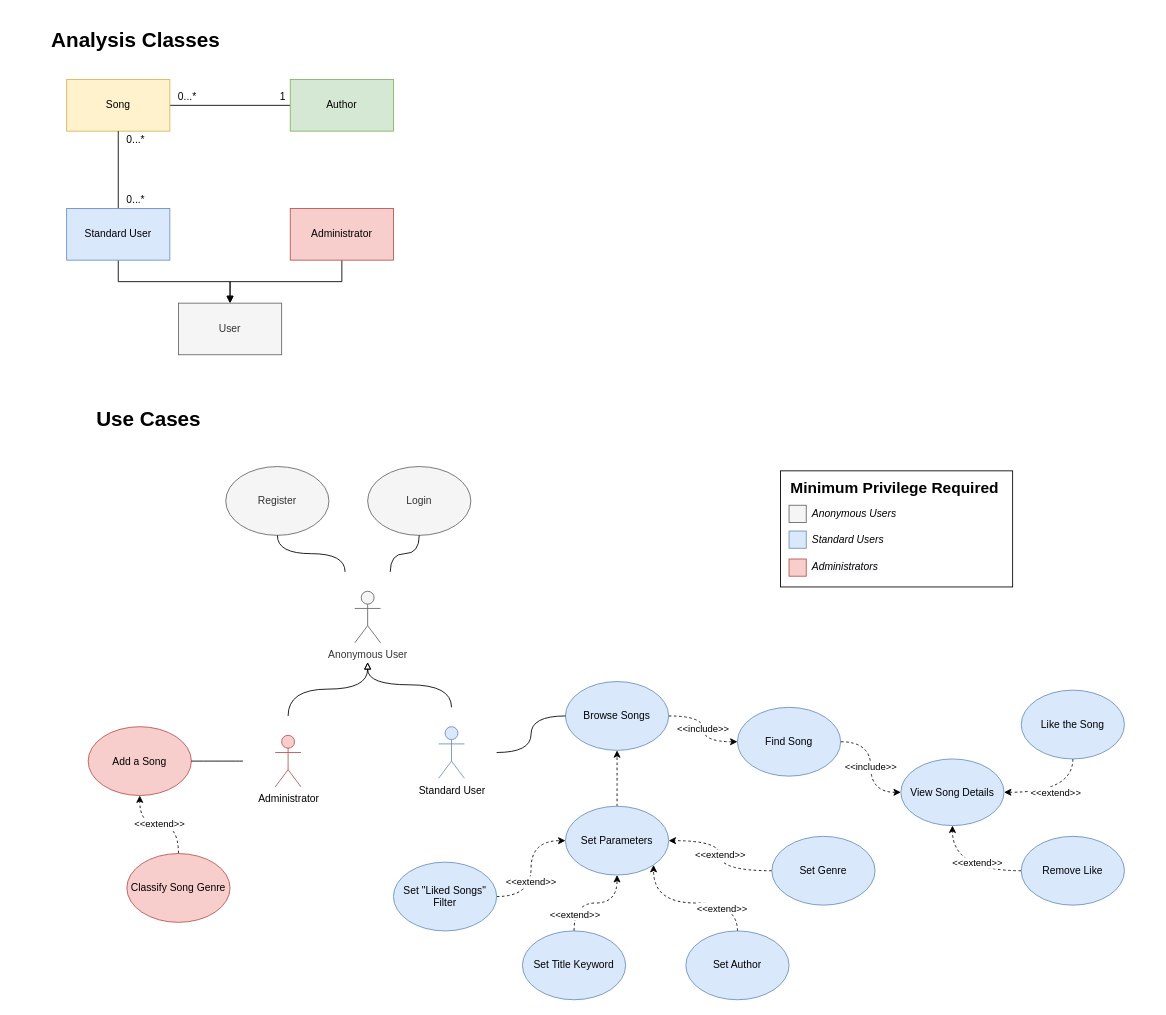
danielecioffo/SoundHabit keeps this draw.io diagram as UML.drawio. Above is the earlier version. Source tidied: cells renumbered, new cells numbered last; positions are measured from the earlier drawing's top-left corner, leaving out a move shared by most shapes. Both pictures are drawn from the tidied source at 86%, with x=0, y=0 at pixel (45, 19).
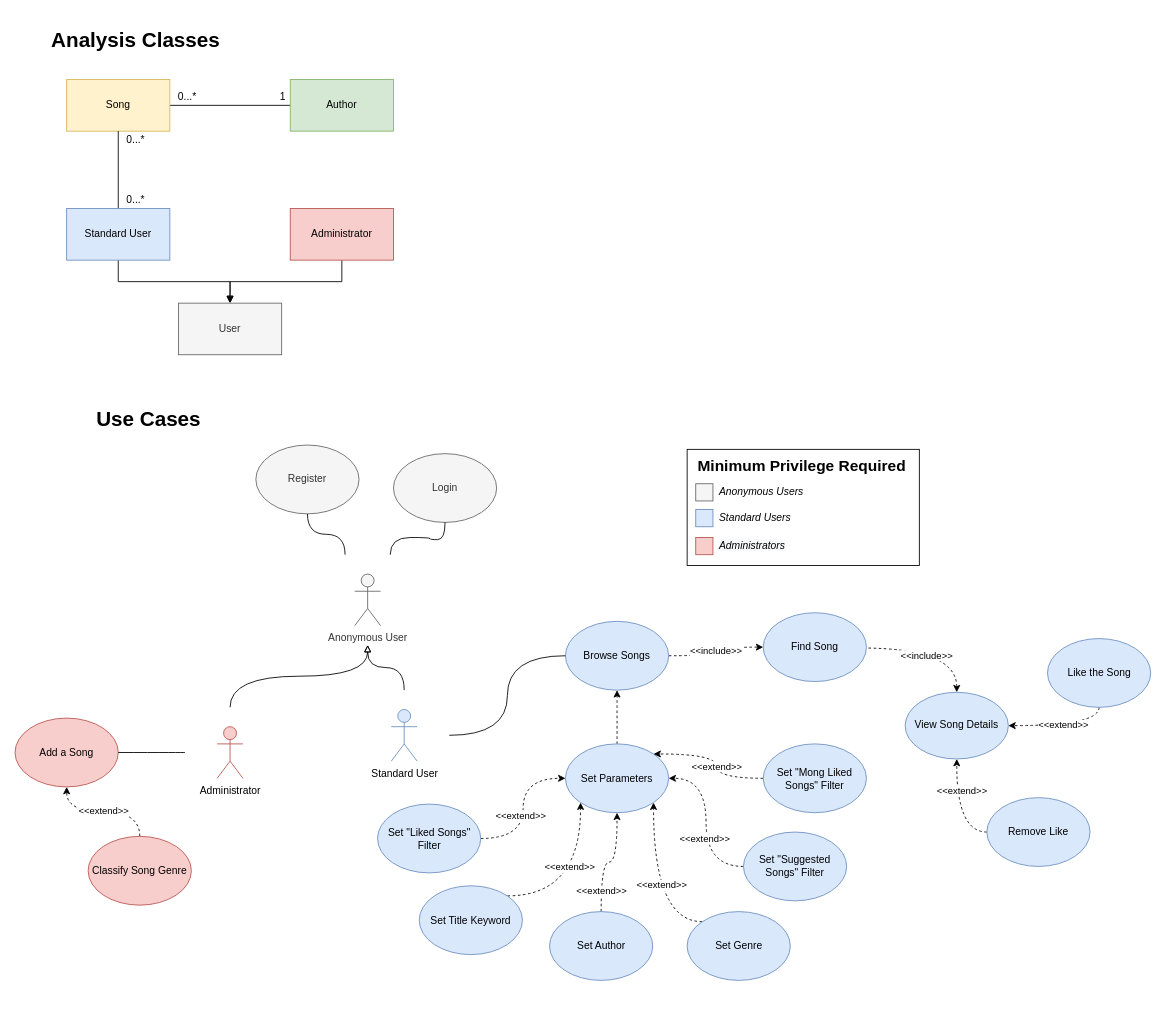
The same page after the edit.

The change refers to these unchanged cells:
```xml
<mxCell id="51" style="edgeStyle=orthogonalEdgeStyle;curved=1;rounded=0;jettySize=auto;html=1;exitX=0;exitY=0.5;exitDx=0;exitDy=0;entryX=0.5;entryY=1;entryDx=0;entryDy=0;dashed=1;startArrow=none;startFill=0;endArrow=classic;endFill=1;" parent="1" edge="1" source="53" target="46">
  <mxGeometry relative="1" as="geometry" />
</mxCell>
```

The edit, as a diff of the source:
```diff
@@
     <mxCell id="2" style="whiteSpace=wrap;html=1;align=left;" parent="1" vertex="1">
-      <mxGeometry x="855" y="525" width="270" height="135" as="geometry" />
+      <mxGeometry x="746.5" y="500" width="270" height="135" as="geometry" />
     </mxCell>
@@
     <mxCell id="18" value="Register" style="ellipse;whiteSpace=wrap;html=1;fillColor=#f5f5f5;strokeColor=#666666;fontColor=#333333;" parent="1" vertex="1">
-      <mxGeometry x="210" y="520" width="120" height="80" as="geometry" />
+      <mxGeometry x="245" y="495" width="120" height="80" as="geometry" />
     </mxCell>
     <mxCell id="19" style="group;" parent="1" vertex="1">
-      <mxGeometry x="322.5" y="642.5" width="105" height="105" as="geometry" />
+      <mxGeometry x="322.5" y="622.5" width="105" height="105" as="geometry" />
     </mxCell>
@@
     <mxCell id="23" value="Login" style="ellipse;whiteSpace=wrap;html=1;fillColor=#f5f5f5;strokeColor=#666666;fontColor=#333333;" parent="1" vertex="1">
-      <mxGeometry x="375" y="520" width="120" height="80" as="geometry" />
+      <mxGeometry x="405" y="505" width="120" height="80" as="geometry" />
     </mxCell>
@@
     <mxCell id="25" style="group;" parent="1" vertex="1">
-      <mxGeometry x="420" y="800" width="105" height="105" as="geometry" />
+      <mxGeometry x="365" y="780" width="105" height="105" as="geometry" />
     </mxCell>
@@
     <mxCell id="29" style="group;" parent="1" vertex="1">
-      <mxGeometry x="230" y="810" width="105" height="105" as="geometry" />
+      <mxGeometry x="162.5" y="800" width="105" height="105" as="geometry" />
     </mxCell>
@@
     <mxCell id="34" value="Browse Songs" style="ellipse;whiteSpace=wrap;html=1;fillColor=#dae8fc;strokeColor=#6c8ebf;" parent="1" vertex="1">
-      <mxGeometry x="605" y="770" width="120" height="80" as="geometry" />
+      <mxGeometry x="605" y="700" width="120" height="80" as="geometry" />
     </mxCell>
@@
-    <mxCell id="36" value="&amp;lt;&amp;lt;include&amp;gt;&amp;gt;" style="edgeStyle=orthogonalEdgeStyle;curved=1;rounded=0;jettySize=auto;html=1;exitX=1;exitY=0.5;exitDx=0;exitDy=0;dashed=1;endArrow=classic;endFill=1;" parent="1" edge="1" source="37" target="46">
-      <mxGeometry relative="1" as="geometry" />
+    <mxCell id="36" value="&amp;lt;&amp;lt;include&amp;gt;&amp;gt;" style="edgeStyle=orthogonalEdgeStyle;curved=1;rounded=0;jettySize=auto;html=1;exitX=1;exitY=0.5;exitDx=0;exitDy=0;dashed=1;endArrow=classic;endFill=1;entryX=0.5;entryY=0;entryDx=0;entryDy=0;" parent="1" edge="1" target="46">
+      <mxGeometry x="-0.08" y="-9" relative="1" as="geometry">
+        <mxPoint x="951" y="731" as="sourcePoint" />
+      </mxGeometry>
     </mxCell>
     <mxCell id="37" value="Find Song" style="ellipse;whiteSpace=wrap;html=1;fillColor=#dae8fc;strokeColor=#6c8ebf;" parent="1" vertex="1">
-      <mxGeometry x="805" y="800" width="120" height="80" as="geometry" />
+      <mxGeometry x="835" y="690" width="120" height="80" as="geometry" />
     </mxCell>
@@
     <mxCell id="39" value="Set Parameters" style="ellipse;whiteSpace=wrap;html=1;fillColor=#dae8fc;strokeColor=#6c8ebf;" parent="1" vertex="1">
-      <mxGeometry x="605" y="915" width="120" height="80" as="geometry" />
+      <mxGeometry x="605" y="842.5" width="120" height="80" as="geometry" />
     </mxCell>
-    <mxCell id="40" style="edgeStyle=orthogonalEdgeStyle;curved=1;rounded=0;jettySize=auto;html=1;exitX=0.5;exitY=0;exitDx=0;exitDy=0;entryX=1;entryY=1;entryDx=0;entryDy=0;dashed=1;" parent="1" edge="1" source="42" target="39">
-      <mxGeometry relative="1" as="geometry" />
+    <mxCell id="40" value="&amp;lt;&amp;lt;extend&amp;gt;&amp;gt;" style="edgeStyle=orthogonalEdgeStyle;curved=1;rounded=0;jettySize=auto;html=1;exitX=0.5;exitY=0;exitDx=0;exitDy=0;entryX=0.5;entryY=1;entryDx=0;entryDy=0;dashed=1;" parent="1" edge="1" source="42" target="39">
+      <mxGeometry x="-0.64" relative="1" as="geometry" />
     </mxCell>
-    <mxCell id="41" value="&amp;lt;&amp;lt;extend&amp;gt;&amp;gt;" style="edgeLabel;html=1;align=center;verticalAlign=middle;" parent="40" vertex="1">
-      <mxGeometry x="-0.4" y="6" relative="1" as="geometry">
-        <mxPoint x="1" as="offset" />
-      </mxGeometry>
-    </mxCell>
     <mxCell id="42" value="Set Author" style="ellipse;whiteSpace=wrap;html=1;fillColor=#dae8fc;strokeColor=#6c8ebf;" parent="1" vertex="1">
-      <mxGeometry x="745" y="1060" width="120" height="80" as="geometry" />
+      <mxGeometry x="586.5" y="1037.5" width="120" height="80" as="geometry" />
     </mxCell>
-    <mxCell id="43" style="edgeStyle=orthogonalEdgeStyle;curved=1;rounded=0;jettySize=auto;html=1;exitX=0.5;exitY=0;exitDx=0;exitDy=0;entryX=0.5;entryY=1;entryDx=0;entryDy=0;dashed=1;startArrow=none;startFill=0;endArrow=classic;endFill=1;" parent="1" edge="1" source="45" target="39">
+    <mxCell id="43" style="edgeStyle=orthogonalEdgeStyle;curved=1;rounded=0;jettySize=auto;html=1;exitX=1;exitY=0;exitDx=0;exitDy=0;entryX=0;entryY=1;entryDx=0;entryDy=0;dashed=1;" parent="1" edge="1" source="45" target="39">
       <mxGeometry relative="1" as="geometry" />
     </mxCell>
-    <mxCell id="44" value="&amp;lt;&amp;lt;extend&amp;gt;&amp;gt;" style="edgeLabel;html=1;align=center;verticalAlign=middle;" parent="43" vertex="1">
-      <mxGeometry x="-0.13" y="-22" relative="1" as="geometry">
-        <mxPoint x="-17.5" y="-9.5" as="offset" />
-      </mxGeometry>
-    </mxCell>
+    <mxCell id="69" value="&amp;lt;&amp;lt;extend&amp;gt;&amp;gt;" style="edgeLabel;html=1;align=center;verticalAlign=middle;" parent="43" vertex="1">
+      <mxGeometry x="-0.26" y="23" relative="1" as="geometry">
+        <mxPoint y="-11.2" as="offset" />
+      </mxGeometry>
+    </mxCell>
     <mxCell id="45" value="Set Title Keyword" style="ellipse;whiteSpace=wrap;html=1;fillColor=#dae8fc;strokeColor=#6c8ebf;" parent="1" vertex="1">
-      <mxGeometry x="555" y="1060" width="120" height="80" as="geometry" />
+      <mxGeometry x="435" y="1007.5" width="120" height="80" as="geometry" />
     </mxCell>
     <mxCell id="46" value="View Song Details" style="ellipse;whiteSpace=wrap;html=1;fillColor=#dae8fc;strokeColor=#6c8ebf;" parent="1" vertex="1">
-      <mxGeometry x="995" y="860" width="120" height="77.5" as="geometry" />
+      <mxGeometry x="1000" y="782.5" width="120" height="77.5" as="geometry" />
     </mxCell>
@@
     <mxCell id="48" value="Like the Song" style="ellipse;whiteSpace=wrap;html=1;fillColor=#dae8fc;strokeColor=#6c8ebf;" parent="1" vertex="1">
-      <mxGeometry x="1135" y="780" width="120" height="80" as="geometry" />
+      <mxGeometry x="1165.5" y="720" width="120" height="80" as="geometry" />
     </mxCell>
     <mxCell id="49" value="Add a Song" style="ellipse;whiteSpace=wrap;html=1;fillColor=#f8cecc;strokeColor=#b85450;" parent="1" vertex="1">
-      <mxGeometry x="50" y="822.5" width="120" height="80" as="geometry" />
+      <mxGeometry x="-35" y="812.5" width="120" height="80" as="geometry" />
     </mxCell>
@@
     <mxCell id="52" value="&amp;lt;&amp;lt;extend&amp;gt;&amp;gt;" style="edgeLabel;html=1;align=center;verticalAlign=middle;" parent="51" vertex="1">
       <mxGeometry x="0.02" y="-15" relative="1" as="geometry">
-        <mxPoint x="16.7" y="5" as="offset" />
+        <mxPoint x="-10" y="-23" as="offset" />
       </mxGeometry>
     </mxCell>
     <mxCell id="53" value="Remove Like" style="ellipse;whiteSpace=wrap;html=1;fillColor=#dae8fc;strokeColor=#6c8ebf;" parent="1" vertex="1">
-      <mxGeometry x="1135" y="950" width="120" height="80" as="geometry" />
+      <mxGeometry x="1095" y="905" width="120" height="80" as="geometry" />
     </mxCell>
     <mxCell id="54" value="&lt;h2&gt;Minimum Privilege Required&lt;/h2&gt;" style="text;html=1;align=left;verticalAlign=middle;" parent="1" vertex="1">
-      <mxGeometry x="865" y="520" width="260" height="50" as="geometry" />
+      <mxGeometry x="756.5" y="495" width="260" height="50" as="geometry" />
     </mxCell>
     <mxCell id="55" style="whiteSpace=wrap;html=1;strokeColor=#6c8ebf;fillColor=#dae8fc;" parent="1" vertex="1">
-      <mxGeometry x="865" y="595" width="20" height="20" as="geometry" />
+      <mxGeometry x="756.5" y="570" width="20" height="20" as="geometry" />
     </mxCell>
     <mxCell id="56" value="&lt;p&gt;&lt;i&gt;Anonymous Users&lt;/i&gt;&lt;/p&gt;" style="text;html=1;align=left;verticalAlign=middle;" parent="1" vertex="1">
-      <mxGeometry x="890" y="555" width="110" height="40" as="geometry" />
+      <mxGeometry x="781.5" y="530" width="110" height="40" as="geometry" />
     </mxCell>
     <mxCell id="57" value="&lt;p&gt;&lt;i&gt;Standard Users&lt;/i&gt;&lt;/p&gt;" style="text;html=1;align=left;verticalAlign=middle;" parent="1" vertex="1">
-      <mxGeometry x="890" y="585" width="100" height="40" as="geometry" />
+      <mxGeometry x="781.5" y="560" width="100" height="40" as="geometry" />
     </mxCell>
     <mxCell id="58" style="whiteSpace=wrap;html=1;strokeColor=#666666;fillColor=#f5f5f5;fontColor=#333333;" parent="1" vertex="1">
-      <mxGeometry x="865" y="565" width="20" height="20" as="geometry" />
+      <mxGeometry x="756.5" y="540" width="20" height="20" as="geometry" />
     </mxCell>
     <mxCell id="59" style="whiteSpace=wrap;html=1;strokeColor=#b85450;fillColor=#f8cecc;gradientDirection=south;" parent="1" vertex="1">
-      <mxGeometry x="865" y="627.5" width="20" height="20" as="geometry" />
+      <mxGeometry x="756.5" y="602.5" width="20" height="20" as="geometry" />
     </mxCell>
     <mxCell id="60" value="&lt;i style=&quot;color: rgb(0 , 0 , 0) ; font-family: &amp;#34;helvetica&amp;#34; ; font-size: 12px ; font-weight: 400 ; letter-spacing: normal ; text-align: left ; text-indent: 0px ; text-transform: none ; word-spacing: 0px ; background-color: rgb(248 , 249 , 250)&quot;&gt;Administrators&lt;/i&gt;" style="text;whiteSpace=wrap;html=1;" parent="1" vertex="1">
-      <mxGeometry x="890" y="622.5" width="190" height="30" as="geometry" />
+      <mxGeometry x="781.5" y="597.5" width="190" height="30" as="geometry" />
     </mxCell>
-    <mxCell id="61" value="&amp;lt;&amp;lt;extend&amp;gt;&amp;gt;" style="edgeStyle=orthogonalEdgeStyle;curved=1;rounded=0;jettySize=auto;html=1;exitX=0;exitY=0.5;exitDx=0;exitDy=0;entryX=1;entryY=0.5;entryDx=0;entryDy=0;dashed=1;" parent="1" edge="1" source="62" target="39">
+    <mxCell id="61" style="edgeStyle=orthogonalEdgeStyle;curved=1;rounded=0;jettySize=auto;html=1;exitX=0;exitY=0;exitDx=0;exitDy=0;entryX=1;entryY=1;entryDx=0;entryDy=0;dashed=1;" parent="1" edge="1" source="62" target="39">
       <mxGeometry relative="1" as="geometry" />
     </mxCell>
+    <mxCell id="70" value="&amp;lt;&amp;lt;extend&amp;gt;&amp;gt;" style="edgeLabel;html=1;align=center;verticalAlign=middle;" parent="61" vertex="1">
+      <mxGeometry x="0.01" y="-9" relative="1" as="geometry" />
+    </mxCell>
     <mxCell id="62" value="Set Genre" style="ellipse;whiteSpace=wrap;html=1;fillColor=#dae8fc;strokeColor=#6c8ebf;" parent="1" vertex="1">
-      <mxGeometry x="845" y="950" width="120" height="80" as="geometry" />
+      <mxGeometry x="746.5" y="1037.5" width="120" height="80" as="geometry" />
     </mxCell>
-    <mxCell id="63" style="edgeStyle=orthogonalEdgeStyle;curved=1;rounded=0;jettySize=auto;html=1;exitX=1;exitY=0.5;exitDx=0;exitDy=0;dashed=1;" parent="1" edge="1" source="65" target="39">
+    <mxCell id="63" style="edgeStyle=orthogonalEdgeStyle;rounded=0;jettySize=auto;html=1;exitX=1;exitY=0.5;exitDx=0;exitDy=0;entryX=0;entryY=0.5;entryDx=0;entryDy=0;dashed=1;curved=1;" parent="1" edge="1" source="65" target="39">
       <mxGeometry relative="1" as="geometry" />
     </mxCell>
-    <mxCell id="64" value="&amp;lt;&amp;lt;extend&amp;gt;&amp;gt;" style="edgeLabel;html=1;align=center;verticalAlign=middle;" parent="63" vertex="1">
-      <mxGeometry x="-0.2" y="2" relative="1" as="geometry">
-        <mxPoint x="1" as="offset" />
-      </mxGeometry>
-    </mxCell>
+    <mxCell id="71" value="&amp;lt;&amp;lt;extend&amp;gt;&amp;gt;" style="edgeLabel;html=1;align=center;verticalAlign=middle;" parent="63" vertex="1">
+      <mxGeometry x="-0.1" y="3" relative="1" as="geometry" />
+    </mxCell>
     <mxCell id="65" value="Set &quot;Liked Songs&quot; Filter" style="ellipse;whiteSpace=wrap;html=1;fillColor=#dae8fc;strokeColor=#6c8ebf;" parent="1" vertex="1">
-      <mxGeometry x="405" y="980" width="120" height="80" as="geometry" />
+      <mxGeometry x="386.5" y="912.5" width="120" height="80" as="geometry" />
     </mxCell>
@@
     <mxCell id="67" value="Classify Song Genre" style="ellipse;whiteSpace=wrap;html=1;fillColor=#f8cecc;strokeColor=#b85450;" parent="1" vertex="1">
-      <mxGeometry x="95" y="970" width="120" height="80" as="geometry" />
+      <mxGeometry x="50" y="950" width="120" height="80" as="geometry" />
     </mxCell>
@@
+    <mxCell id="72" style="edgeStyle=orthogonalEdgeStyle;curved=1;rounded=0;jettySize=auto;html=1;exitX=0;exitY=0.5;exitDx=0;exitDy=0;entryX=1;entryY=0.5;entryDx=0;entryDy=0;dashed=1;" parent="1" edge="1" source="74" target="39">
+      <mxGeometry relative="1" as="geometry" />
+    </mxCell>
+    <mxCell id="73" value="&amp;lt;&amp;lt;extend&amp;gt;&amp;gt;" style="edgeLabel;html=1;align=center;verticalAlign=middle;" parent="72" vertex="1">
+      <mxGeometry x="-0.19" y="2" relative="1" as="geometry">
+        <mxPoint y="1" as="offset" />
+      </mxGeometry>
+    </mxCell>
+    <mxCell id="74" value="Set &quot;Suggested Songs&quot; Filter" style="ellipse;whiteSpace=wrap;html=1;fillColor=#dae8fc;strokeColor=#6c8ebf;" parent="1" vertex="1">
+      <mxGeometry x="812" y="945" width="120" height="80" as="geometry" />
+    </mxCell>
+    <mxCell id="75" value="&amp;lt;&amp;lt;extend&amp;gt;&amp;gt;" style="edgeStyle=orthogonalEdgeStyle;curved=1;rounded=0;jettySize=auto;html=1;exitX=0;exitY=0.5;exitDx=0;exitDy=0;entryX=1;entryY=0;entryDx=0;entryDy=0;dashed=1;" parent="1" edge="1" source="76" target="39">
+      <mxGeometry x="-0.13" relative="1" as="geometry">
+        <Array as="points">
+          <mxPoint x="780.5" y="882.5" />
+          <mxPoint x="780.5" y="854.5" />
+        </Array>
+      </mxGeometry>
+    </mxCell>
+    <mxCell id="76" value="Set &quot;Mong Liked Songs&quot; Filter" style="ellipse;whiteSpace=wrap;html=1;fillColor=#dae8fc;strokeColor=#6c8ebf;" parent="1" vertex="1">
+      <mxGeometry x="835" y="842.5" width="120" height="80" as="geometry" />
+    </mxCell>
```
